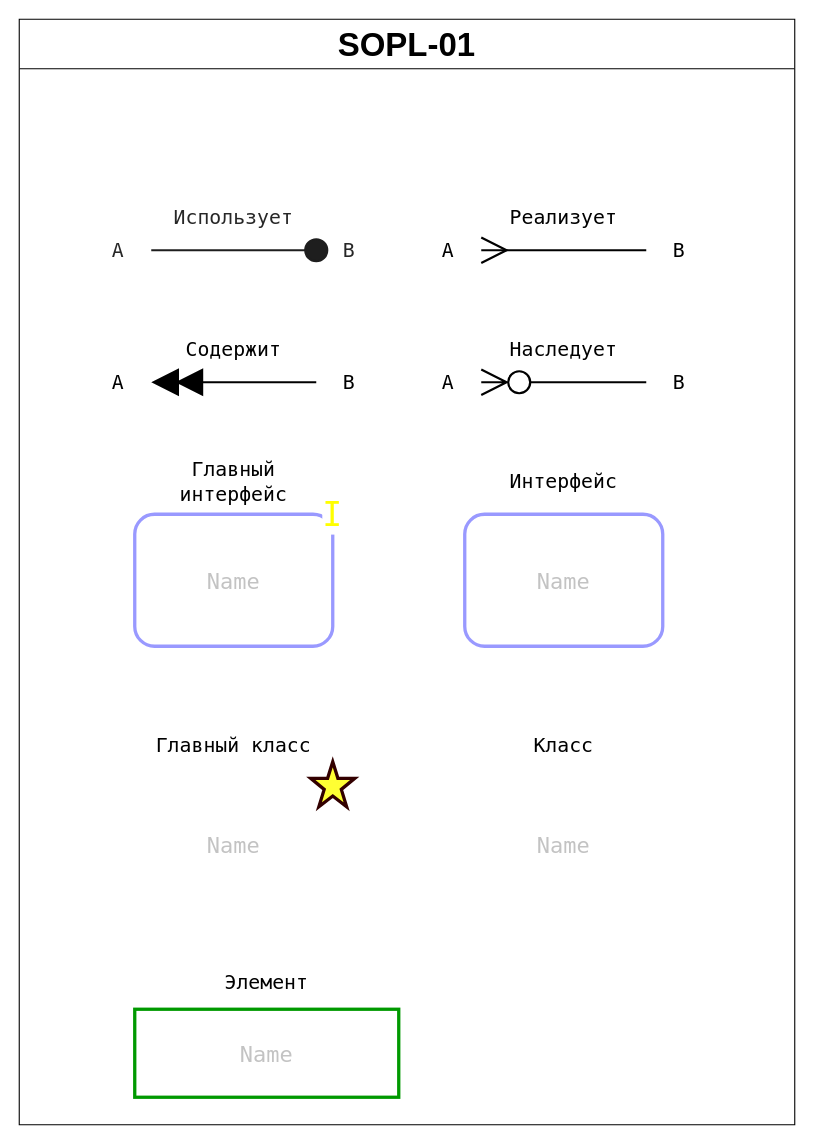
Lisyaka46/OperPageLes keeps this draw.io diagram as page "Инструкция" (1 of 3) of OtherFiles/Charts/OperPage_les.drawio. Above is the earlier version. Source tidied: cells renumbered, new cells numbered last; positions are measured from the earlier drawing's top-left corner, leaving out a move shared by most shapes. Both pictures are drawn from the tidied source at 110%, with x=0, y=0 at pixel (19, 19).
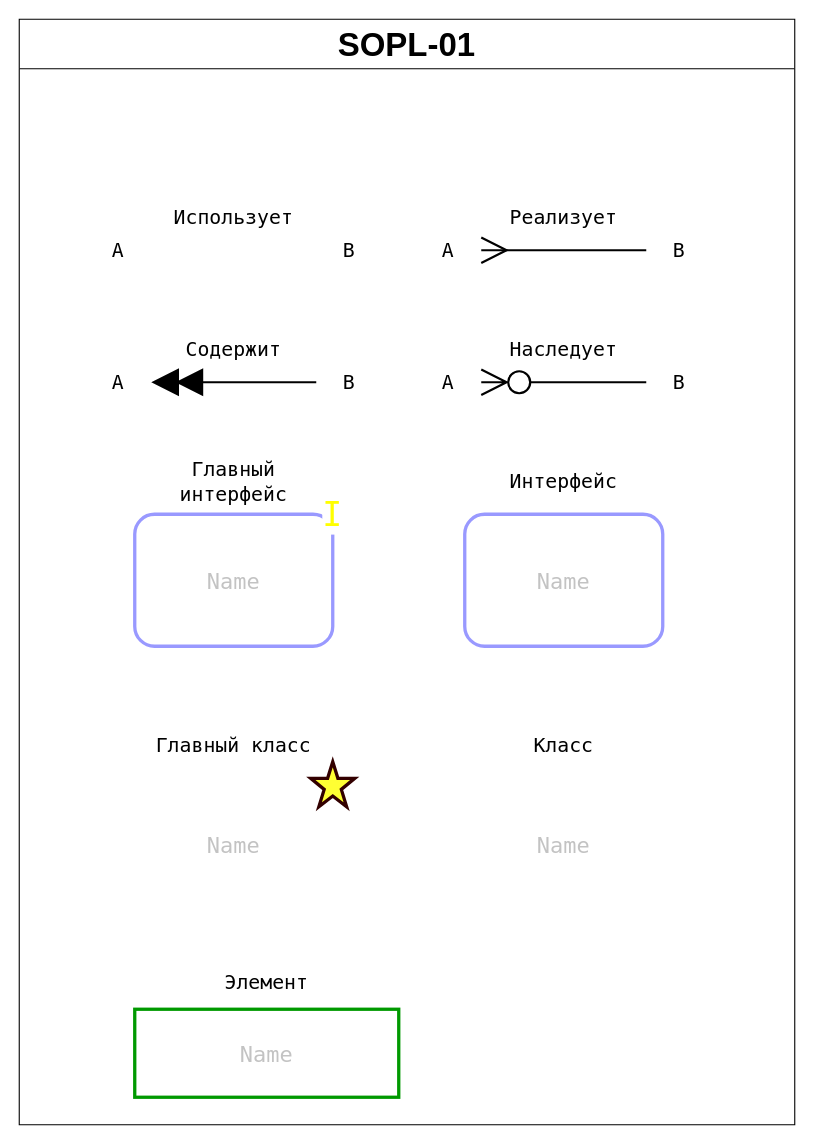
Above is the later version.

The change refers to these unchanged cells:
```xml
<mxCell id="2" value="&lt;font style=&quot;font-size: 30px;&quot;&gt;SOPL-01&lt;/font&gt;" style="swimlane;whiteSpace=wrap;html=1;startSize=45;" parent="1" vertex="1">
  <mxGeometry width="705" height="1005" as="geometry" />
</mxCell>
```

Diff of the diagram source:
```diff
@@
-    <mxCell id="3" style="edgeStyle=none;shape=connector;rounded=1;orthogonalLoop=1;jettySize=auto;html=1;strokeColor=#1E1E1E;strokeWidth=2;align=center;verticalAlign=middle;fontFamily=Helvetica;fontSize=11;fontColor=none;labelBackgroundColor=default;startArrow=none;startFill=0;startSize=20;endArrow=oval;endFill=1;endSize=20;flowAnimation=0;noLabel=1;" parent="2" edge="1">
+    <mxCell id="3" style="edgeStyle=none;shape=connector;rounded=1;orthogonalLoop=1;jettySize=auto;html=1;strokeColor=#FFFFFF;strokeWidth=2;align=center;verticalAlign=middle;fontFamily=Helvetica;fontSize=11;fontColor=none;labelBackgroundColor=default;startArrow=none;startFill=0;startSize=20;endArrow=oval;endFill=1;endSize=20;flowAnimation=0;noLabel=1;" parent="2" edge="1">
       <mxGeometry relative="1" as="geometry">
         <mxPoint x="120" y="210" as="sourcePoint" />
         <mxPoint x="270" y="210" as="targetPoint" />
       </mxGeometry>
     </mxCell>
@@
-    <mxCell id="9" value="B" style="text;html=1;align=center;verticalAlign=middle;whiteSpace=wrap;rounded=0;fontSize=18;fontFamily=Lucida Console;fontColor=#272727;" parent="2" vertex="1">
+    <mxCell id="9" value="B" style="text;html=1;align=center;verticalAlign=middle;whiteSpace=wrap;rounded=0;fontSize=18;fontFamily=Lucida Console;fontColor=default;strokeColor=none;" parent="2" vertex="1">
       <mxGeometry x="285" y="195" width="30" height="30" as="geometry" />
     </mxCell>
@@
-    <mxCell id="11" value="A" style="text;html=1;align=center;verticalAlign=middle;whiteSpace=wrap;rounded=0;fontSize=18;fontFamily=Lucida Console;fontColor=#272727;" parent="2" vertex="1">
+    <mxCell id="11" value="A" style="text;html=1;align=center;verticalAlign=middle;whiteSpace=wrap;rounded=0;fontSize=18;fontFamily=Lucida Console;fontColor=default;strokeColor=none;" parent="2" vertex="1">
       <mxGeometry x="75" y="195" width="30" height="30" as="geometry" />
     </mxCell>
@@
-    <mxCell id="13" value="Использует" style="text;html=1;align=center;verticalAlign=middle;whiteSpace=wrap;rounded=0;fontSize=18;fontFamily=Lucida Console;fontColor=#272727;" parent="2" vertex="1">
+    <mxCell id="13" value="Использует" style="text;html=1;align=center;verticalAlign=middle;whiteSpace=wrap;rounded=0;fontSize=18;fontFamily=Lucida Console;fontColor=default;strokeColor=none;" parent="2" vertex="1">
       <mxGeometry x="120" y="165" width="150" height="30" as="geometry" />
     </mxCell>
```
